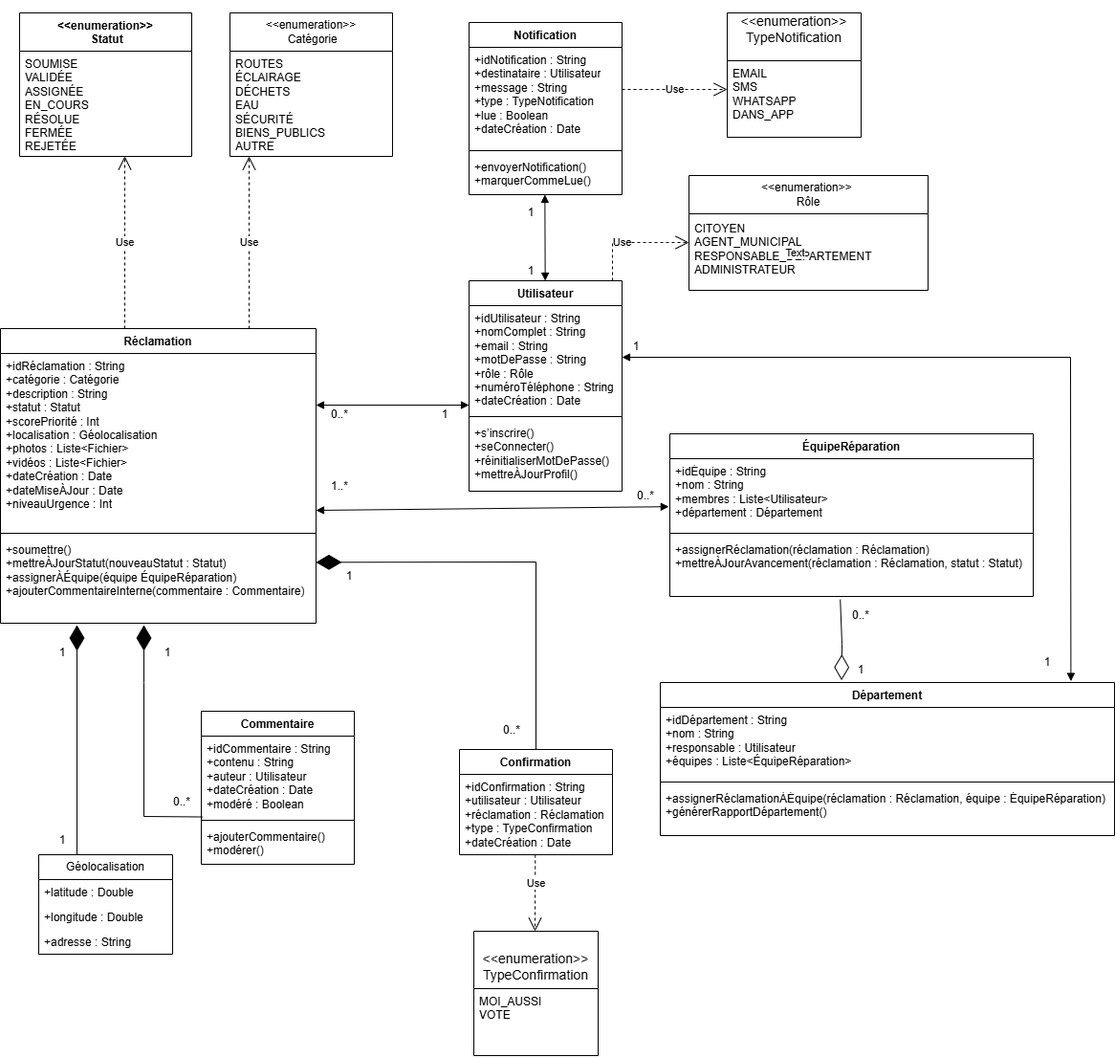
This is docs/Diagramme_de_classe.png from ayazariat/smart-city, a draw.io export, as it was before one commit. Source tidied: cells renumbered, new cells last; positions are measured from the earlier drawing's top-left corner, leaving out a move shared by most shapes.
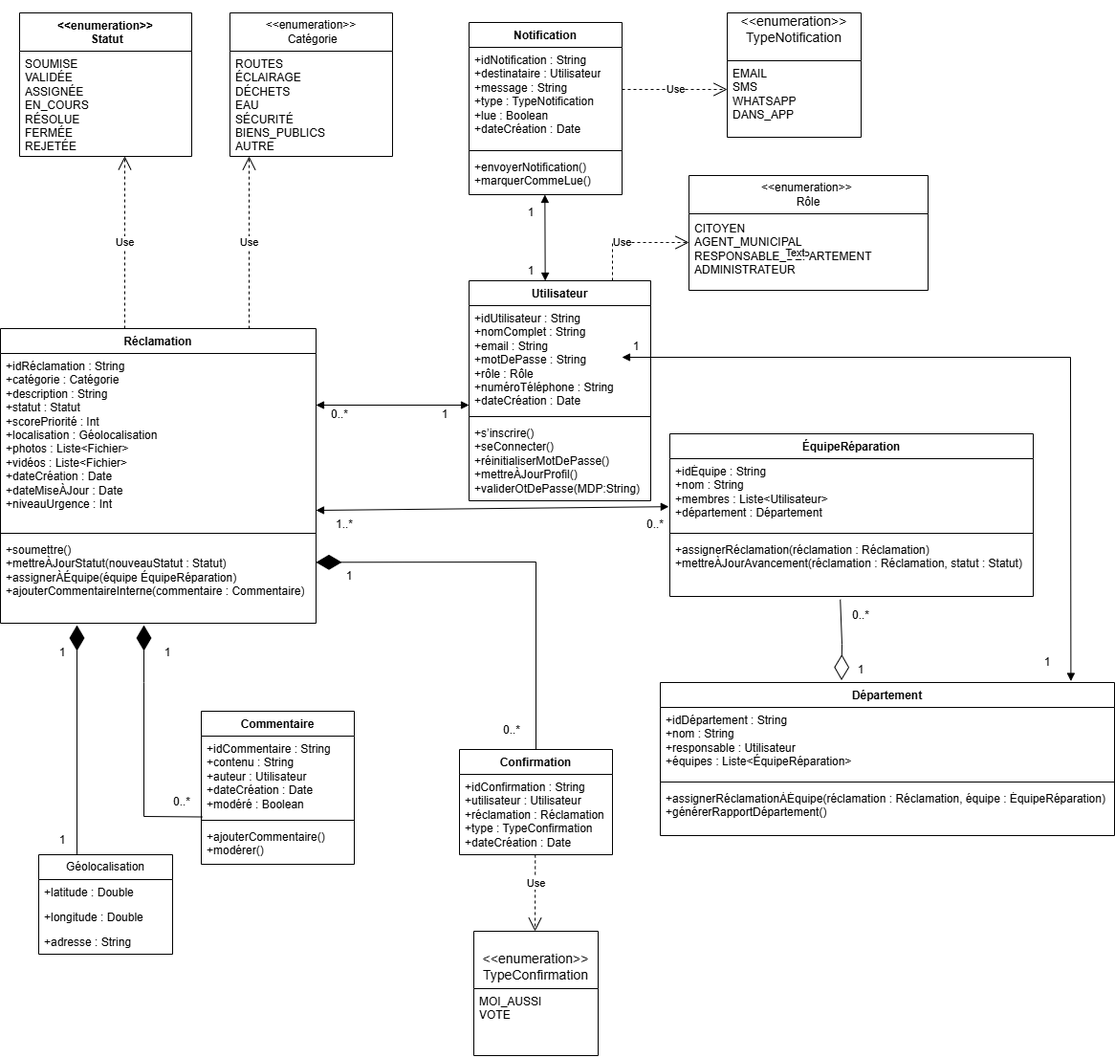
After the change.

The edit, as a diff of the source:
```diff
@@ -3,16 +3,16 @@
     <mxCell id="0" />
     <mxCell id="1" parent="0" />
     <mxCell id="2" value="Utilisateur" style="swimlane;fontStyle=1;align=center;verticalAlign=top;horizontal=1;startSize=26;whiteSpace=wrap;html=1;" parent="1" vertex="1">
-      <mxGeometry x="490" y="280" width="160" height="220" as="geometry" />
+      <mxGeometry x="490" y="280" width="190" height="230" as="geometry" />
     </mxCell>
     <mxCell id="3" value="+idUtilisateur : String&lt;div&gt;+nomComplet : String&lt;/div&gt;&lt;div&gt;+email : String&lt;/div&gt;&lt;div&gt;+motDePasse : String&lt;/div&gt;&lt;div&gt;+rôle : Rôle&lt;/div&gt;&lt;div&gt;+numéroTéléphone : String&lt;/div&gt;&lt;div&gt;+dateCréation : Date&lt;/div&gt;" style="text;strokeColor=none;fillColor=none;align=left;verticalAlign=top;spacingLeft=4;spacingRight=4;overflow=hidden;whiteSpace=wrap;html=1;" parent="2" vertex="1">
-      <mxGeometry y="26" width="160" height="112" as="geometry" />
+      <mxGeometry y="26" width="190" height="112" as="geometry" />
     </mxCell>
     <mxCell id="4" style="line;strokeWidth=1;fillColor=none;align=left;verticalAlign=middle;spacingTop=-1;spacingLeft=3;spacingRight=3;labelPosition=right;strokeColor=inherit;" parent="2" vertex="1">
-      <mxGeometry y="138" width="160" height="8" as="geometry" />
+      <mxGeometry y="138" width="190" height="8" as="geometry" />
     </mxCell>
-    <mxCell id="5" value="+s’inscrire()&lt;div&gt;+seConnecter()&lt;/div&gt;&lt;div&gt;+réinitialiserMotDePasse()&lt;/div&gt;&lt;div&gt;+mettreÀJourProfil()&lt;/div&gt;" style="text;strokeColor=none;fillColor=none;align=left;verticalAlign=top;spacingLeft=4;spacingRight=4;overflow=hidden;whiteSpace=wrap;html=1;" parent="2" vertex="1">
-      <mxGeometry y="146" width="160" height="74" as="geometry" />
+    <mxCell id="5" value="+s’inscrire()&lt;div&gt;+seConnecter()&lt;/div&gt;&lt;div&gt;+réinitialiserMotDePasse()&lt;/div&gt;&lt;div&gt;+mettreÀJourProfil()&lt;/div&gt;&lt;div&gt;+validerOtDePasse(MDP:String)&lt;/div&gt;" style="text;strokeColor=none;fillColor=none;align=left;verticalAlign=top;spacingLeft=4;spacingRight=4;overflow=hidden;whiteSpace=wrap;html=1;" parent="2" vertex="1">
+      <mxGeometry y="146" width="190" height="84" as="geometry" />
     </mxCell>
     <mxCell id="6" value="Réclamation" style="swimlane;fontStyle=1;align=center;verticalAlign=top;horizontal=1;startSize=26;whiteSpace=wrap;html=1;" parent="1" vertex="1">
       <mxGeometry y="330" width="330" height="308" as="geometry" />
@@ -122,7 +122,7 @@
       <mxGeometry x="150" y="660" width="50" height="18" as="geometry" />
     </mxCell>
     <mxCell id="37" value="0..*" style="text;html=1;whiteSpace=wrap;strokeColor=none;fillColor=none;align=center;verticalAlign=middle;rounded=0;" parent="1" vertex="1">
-      <mxGeometry x="640" y="490" width="70" height="30" as="geometry" />
+      <mxGeometry x="650" y="520" width="70" height="30" as="geometry" />
     </mxCell>
     <mxCell id="38" value="0..*" style="text;html=1;whiteSpace=wrap;strokeColor=none;fillColor=none;align=center;verticalAlign=middle;rounded=0;" parent="1" vertex="1">
       <mxGeometry x="490" y="720" width="90" height="60" as="geometry" />
@@ -131,7 +131,7 @@
       <mxGeometry x="340" y="580" width="50" height="18" as="geometry" />
     </mxCell>
     <mxCell id="40" value="1..*" style="text;html=1;whiteSpace=wrap;strokeColor=none;fillColor=none;align=center;verticalAlign=middle;rounded=0;" parent="1" vertex="1">
-      <mxGeometry x="320" y="480" width="70" height="30" as="geometry" />
+      <mxGeometry x="325" y="520" width="70" height="30" as="geometry" />
     </mxCell>
     <mxCell id="41" style="endArrow=diamondThin;endFill=0;endSize=24;html=1;rounded=0;entryX=0.399;entryY=-0.015;entryDx=0;entryDy=0;entryPerimeter=0;exitX=0.469;exitY=1.053;exitDx=0;exitDy=0;exitPerimeter=0;" parent="1" edge="1" source="19" target="20">
       <mxGeometry relative="1" as="geometry">
```
